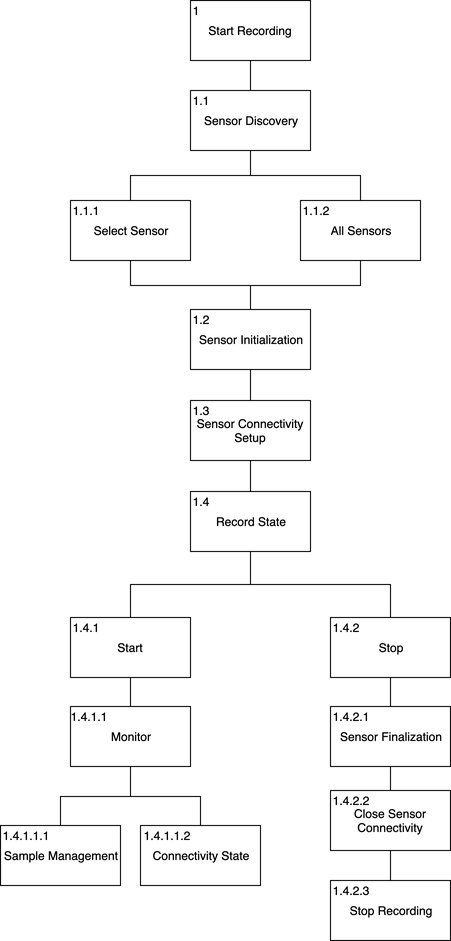
Perelan/Master keeps this draw.io diagram as Thesis/images/Recording.png. Above is the earlier version. Source tidied: cells renumbered, new cells last; positions are measured from the earlier drawing's top-left corner, leaving out a move shared by most shapes. The source it was exported from:
```xml
<mxGraphModel background="#ffffff">
  <root>
    <mxCell id="0" style="html=1;" />
    <mxCell id="1" style="html=1;" parent="0" />
    <mxCell id="2" value="Start Recording" style="rounded=0;whiteSpace=wrap;html=1;" parent="1" vertex="1">
      <mxGeometry x="190" width="120" height="60" as="geometry" />
    </mxCell>
    <mxCell id="3" style="edgeStyle=orthogonalEdgeStyle;rounded=0;jettySize=auto;html=1;exitX=0.5;exitY=0;exitDx=0;exitDy=0;entryX=0.5;entryY=1;entryDx=0;entryDy=0;startArrow=none;startFill=0;endArrow=none;endFill=0;" parent="1" edge="1" source="4" target="2">
      <mxGeometry relative="1" as="geometry" />
    </mxCell>
    <mxCell id="4" value="Sensor Discovery" style="rounded=0;whiteSpace=wrap;html=1;" parent="1" vertex="1">
      <mxGeometry x="190" y="90" width="120" height="60" as="geometry" />
    </mxCell>
    <mxCell id="5" style="edgeStyle=orthogonalEdgeStyle;rounded=0;jettySize=auto;html=1;exitX=0.5;exitY=0;exitDx=0;exitDy=0;entryX=0.5;entryY=1;entryDx=0;entryDy=0;startArrow=none;startFill=0;endArrow=none;endFill=0;" parent="1" edge="1" source="7" target="4">
      <mxGeometry relative="1" as="geometry" />
    </mxCell>
    <mxCell id="6" style="edgeStyle=orthogonalEdgeStyle;rounded=0;jettySize=auto;html=1;exitX=0.5;exitY=1;exitDx=0;exitDy=0;startArrow=none;startFill=0;endArrow=none;endFill=0;" parent="1" edge="1" source="7" target="12">
      <mxGeometry relative="1" as="geometry" />
    </mxCell>
    <mxCell id="7" value="Select Sensor" style="rounded=0;whiteSpace=wrap;html=1;" parent="1" vertex="1">
      <mxGeometry x="70" y="200" width="120" height="60" as="geometry" />
    </mxCell>
    <mxCell id="8" style="edgeStyle=orthogonalEdgeStyle;rounded=0;jettySize=auto;html=1;exitX=0.5;exitY=0;exitDx=0;exitDy=0;startArrow=none;startFill=0;endArrow=none;endFill=0;" parent="1" edge="1" source="10">
      <mxGeometry relative="1" as="geometry">
        <mxPoint x="250" y="150" as="targetPoint" />
      </mxGeometry>
    </mxCell>
    <mxCell id="9" style="edgeStyle=orthogonalEdgeStyle;rounded=0;jettySize=auto;html=1;exitX=0.5;exitY=1;exitDx=0;exitDy=0;startArrow=none;startFill=0;endArrow=none;endFill=0;" parent="1" edge="1" source="10">
      <mxGeometry relative="1" as="geometry">
        <mxPoint x="250" y="310" as="targetPoint" />
      </mxGeometry>
    </mxCell>
    <mxCell id="10" value="All Sensors" style="rounded=0;whiteSpace=wrap;html=1;" parent="1" vertex="1">
      <mxGeometry x="300" y="200" width="120" height="60" as="geometry" />
    </mxCell>
    <mxCell id="11" style="edgeStyle=orthogonalEdgeStyle;rounded=0;jettySize=auto;html=1;exitX=0.5;exitY=1;exitDx=0;exitDy=0;entryX=0.5;entryY=0;entryDx=0;entryDy=0;endArrow=none;endFill=0;" parent="1" edge="1" source="12" target="43">
      <mxGeometry relative="1" as="geometry" />
    </mxCell>
    <mxCell id="12" value="Sensor Initialization" style="rounded=0;whiteSpace=wrap;html=1;" parent="1" vertex="1">
      <mxGeometry x="190" y="309" width="120" height="60" as="geometry" />
    </mxCell>
    <mxCell id="13" style="edgeStyle=orthogonalEdgeStyle;rounded=0;jettySize=auto;html=1;exitX=0.5;exitY=1;exitDx=0;exitDy=0;entryX=0.5;entryY=0;entryDx=0;entryDy=0;startArrow=none;startFill=0;endArrow=none;endFill=0;" parent="1" edge="1" source="14" target="16">
      <mxGeometry relative="1" as="geometry" />
    </mxCell>
    <mxCell id="14" value="Record State" style="rounded=0;whiteSpace=wrap;html=1;" parent="1" vertex="1">
      <mxGeometry x="190" y="491" width="120" height="60" as="geometry" />
    </mxCell>
    <mxCell id="15" style="edgeStyle=orthogonalEdgeStyle;rounded=0;jettySize=auto;html=1;exitX=0.5;exitY=1;exitDx=0;exitDy=0;startArrow=none;startFill=0;endArrow=none;endFill=0;" parent="1" edge="1" source="16" target="20">
      <mxGeometry relative="1" as="geometry" />
    </mxCell>
    <mxCell id="16" value="Start" style="rounded=0;whiteSpace=wrap;html=1;" parent="1" vertex="1">
      <mxGeometry x="70" y="617" width="120" height="60" as="geometry" />
    </mxCell>
    <mxCell id="17" style="edgeStyle=orthogonalEdgeStyle;rounded=0;jettySize=auto;html=1;exitX=0.5;exitY=0;exitDx=0;exitDy=0;entryX=0.5;entryY=1;entryDx=0;entryDy=0;startArrow=none;startFill=0;endArrow=none;endFill=0;" parent="1" edge="1" source="19" target="14">
      <mxGeometry relative="1" as="geometry" />
    </mxCell>
    <mxCell id="18" style="edgeStyle=orthogonalEdgeStyle;rounded=0;jettySize=auto;html=1;exitX=0.5;exitY=1;exitDx=0;exitDy=0;entryX=0.5;entryY=0;entryDx=0;entryDy=0;startArrow=none;startFill=0;endArrow=none;endFill=0;" parent="1" edge="1" source="19" target="26">
      <mxGeometry relative="1" as="geometry" />
    </mxCell>
    <mxCell id="19" value="Stop" style="rounded=0;whiteSpace=wrap;html=1;" parent="1" vertex="1">
      <mxGeometry x="330" y="617" width="120" height="60" as="geometry" />
    </mxCell>
    <mxCell id="20" value="Monitor" style="rounded=0;whiteSpace=wrap;html=1;" parent="1" vertex="1">
      <mxGeometry x="70" y="706" width="120" height="60" as="geometry" />
    </mxCell>
    <mxCell id="21" style="edgeStyle=orthogonalEdgeStyle;rounded=0;jettySize=auto;html=1;exitX=0.5;exitY=0;exitDx=0;exitDy=0;entryX=0.5;entryY=1;entryDx=0;entryDy=0;startArrow=none;startFill=0;endArrow=none;endFill=0;" parent="1" edge="1" source="22" target="20">
      <mxGeometry relative="1" as="geometry" />
    </mxCell>
    <mxCell id="22" value="Sample Management" style="rounded=0;whiteSpace=wrap;html=1;" parent="1" vertex="1">
      <mxGeometry y="825" width="120" height="60" as="geometry" />
    </mxCell>
    <mxCell id="23" style="edgeStyle=orthogonalEdgeStyle;rounded=0;jettySize=auto;html=1;exitX=0.5;exitY=0;exitDx=0;exitDy=0;entryX=0.5;entryY=1;entryDx=0;entryDy=0;startArrow=none;startFill=0;endArrow=none;endFill=0;" parent="1" edge="1" source="24" target="20">
      <mxGeometry relative="1" as="geometry" />
    </mxCell>
    <mxCell id="24" value="Connectivity State" style="rounded=0;whiteSpace=wrap;html=1;" parent="1" vertex="1">
      <mxGeometry x="140" y="825" width="120" height="60" as="geometry" />
    </mxCell>
    <mxCell id="25" style="edgeStyle=orthogonalEdgeStyle;rounded=0;jettySize=auto;html=1;exitX=0.5;exitY=1;exitDx=0;exitDy=0;entryX=0.5;entryY=0;entryDx=0;entryDy=0;startArrow=none;startFill=0;endArrow=none;endFill=0;" parent="1" edge="1" source="26" target="28">
      <mxGeometry relative="1" as="geometry" />
    </mxCell>
    <mxCell id="26" value="Sensor Finalization" style="rounded=0;whiteSpace=wrap;html=1;" parent="1" vertex="1">
      <mxGeometry x="330" y="706" width="120" height="60" as="geometry" />
    </mxCell>
    <mxCell id="27" style="edgeStyle=orthogonalEdgeStyle;rounded=0;jettySize=auto;html=1;exitX=0.5;exitY=1;exitDx=0;exitDy=0;entryX=0.5;entryY=0;entryDx=0;entryDy=0;endArrow=none;endFill=0;" parent="1" edge="1" source="28" target="45">
      <mxGeometry relative="1" as="geometry" />
    </mxCell>
    <mxCell id="28" value="Close Sensor Connectivity" style="rounded=0;whiteSpace=wrap;html=1;" parent="1" vertex="1">
      <mxGeometry x="330" y="790" width="120" height="60" as="geometry" />
    </mxCell>
    <mxCell id="29" value="1" style="text;html=1;strokeColor=none;fillColor=none;align=center;verticalAlign=middle;whiteSpace=wrap;rounded=0;" parent="1" vertex="1">
      <mxGeometry x="190" width="10" height="20" as="geometry" />
    </mxCell>
    <mxCell id="30" value="1.1" style="text;html=1;strokeColor=none;fillColor=none;align=center;verticalAlign=middle;whiteSpace=wrap;rounded=0;" parent="1" vertex="1">
      <mxGeometry x="190" y="90" width="20" height="20" as="geometry" />
    </mxCell>
    <mxCell id="31" value="1.1.1" style="text;html=1;strokeColor=none;fillColor=none;align=center;verticalAlign=middle;whiteSpace=wrap;rounded=0;" parent="1" vertex="1">
      <mxGeometry x="70" y="200" width="30" height="20" as="geometry" />
    </mxCell>
    <mxCell id="32" value="1.1.2" style="text;html=1;strokeColor=none;fillColor=none;align=center;verticalAlign=middle;whiteSpace=wrap;rounded=0;" parent="1" vertex="1">
      <mxGeometry x="300" y="200" width="30" height="20" as="geometry" />
    </mxCell>
    <mxCell id="33" value="1.2" style="text;html=1;strokeColor=none;fillColor=none;align=center;verticalAlign=middle;whiteSpace=wrap;rounded=0;" parent="1" vertex="1">
      <mxGeometry x="190" y="309" width="20" height="20" as="geometry" />
    </mxCell>
    <mxCell id="34" value="1.4" style="text;html=1;strokeColor=none;fillColor=none;align=center;verticalAlign=middle;whiteSpace=wrap;rounded=0;" parent="1" vertex="1">
      <mxGeometry x="190" y="491" width="20" height="20" as="geometry" />
    </mxCell>
    <mxCell id="35" value="1.4.1" style="text;html=1;strokeColor=none;fillColor=none;align=center;verticalAlign=middle;whiteSpace=wrap;rounded=0;" parent="1" vertex="1">
      <mxGeometry x="70" y="617" width="30" height="20" as="geometry" />
    </mxCell>
    <mxCell id="36" value="1.4.2" style="text;html=1;strokeColor=none;fillColor=none;align=center;verticalAlign=middle;whiteSpace=wrap;rounded=0;" parent="1" vertex="1">
      <mxGeometry x="330" y="617" width="30" height="20" as="geometry" />
    </mxCell>
    <mxCell id="37" value="1.4.2.1" style="text;html=1;strokeColor=none;fillColor=none;align=center;verticalAlign=middle;whiteSpace=wrap;rounded=0;" parent="1" vertex="1">
      <mxGeometry x="330" y="706" width="40" height="20" as="geometry" />
    </mxCell>
    <mxCell id="38" value="1.4.1.1" style="text;html=1;strokeColor=none;fillColor=none;align=center;verticalAlign=middle;whiteSpace=wrap;rounded=0;" parent="1" vertex="1">
      <mxGeometry x="73" y="706" width="30" height="20" as="geometry" />
    </mxCell>
    <mxCell id="39" value="1.4.1.1.1" style="text;html=1;strokeColor=none;fillColor=none;align=center;verticalAlign=middle;whiteSpace=wrap;rounded=0;" parent="1" vertex="1">
      <mxGeometry x="5" y="825" width="40" height="20" as="geometry" />
    </mxCell>
    <mxCell id="40" style="edgeStyle=orthogonalEdgeStyle;rounded=0;orthogonalLoop=1;jettySize=auto;html=1;exitX=0.5;exitY=1;exitDx=0;exitDy=0;startArrow=none;startFill=0;endArrow=none;endFill=0;" parent="1" edge="1" source="39" target="39">
      <mxGeometry relative="1" as="geometry" />
    </mxCell>
    <mxCell id="41" value="1.4.1.1.2" style="text;html=1;strokeColor=none;fillColor=none;align=center;verticalAlign=middle;whiteSpace=wrap;rounded=0;" parent="1" vertex="1">
      <mxGeometry x="146" y="825" width="40" height="20" as="geometry" />
    </mxCell>
    <mxCell id="42" style="edgeStyle=orthogonalEdgeStyle;rounded=0;jettySize=auto;html=1;exitX=0.5;exitY=1;exitDx=0;exitDy=0;endArrow=none;endFill=0;" parent="1" edge="1" source="43" target="14">
      <mxGeometry relative="1" as="geometry" />
    </mxCell>
    <mxCell id="43" value="Sensor Connectivity Setup" style="rounded=0;whiteSpace=wrap;html=1;" parent="1" vertex="1">
      <mxGeometry x="190" y="400" width="120" height="60" as="geometry" />
    </mxCell>
    <mxCell id="44" value="1.3&lt;br&gt;" style="text;html=1;strokeColor=none;fillColor=none;align=center;verticalAlign=middle;whiteSpace=wrap;rounded=0;" parent="1" vertex="1">
      <mxGeometry x="190" y="400" width="20" height="20" as="geometry" />
    </mxCell>
    <mxCell id="45" value="Stop Recording" style="rounded=0;whiteSpace=wrap;html=1;" parent="1" vertex="1">
      <mxGeometry x="330" y="880" width="120" height="60" as="geometry" />
    </mxCell>
    <mxCell id="46" value="1.4.2.2" style="text;html=1;strokeColor=none;fillColor=none;align=center;verticalAlign=middle;whiteSpace=wrap;rounded=0;" parent="1" vertex="1">
      <mxGeometry x="330" y="790" width="40" height="20" as="geometry" />
    </mxCell>
    <mxCell id="47" value="1.4.2.3" style="text;html=1;strokeColor=none;fillColor=none;align=center;verticalAlign=middle;whiteSpace=wrap;rounded=0;" parent="1" vertex="1">
      <mxGeometry x="330" y="880" width="40" height="20" as="geometry" />
    </mxCell>
  </root>
</mxGraphModel>
```
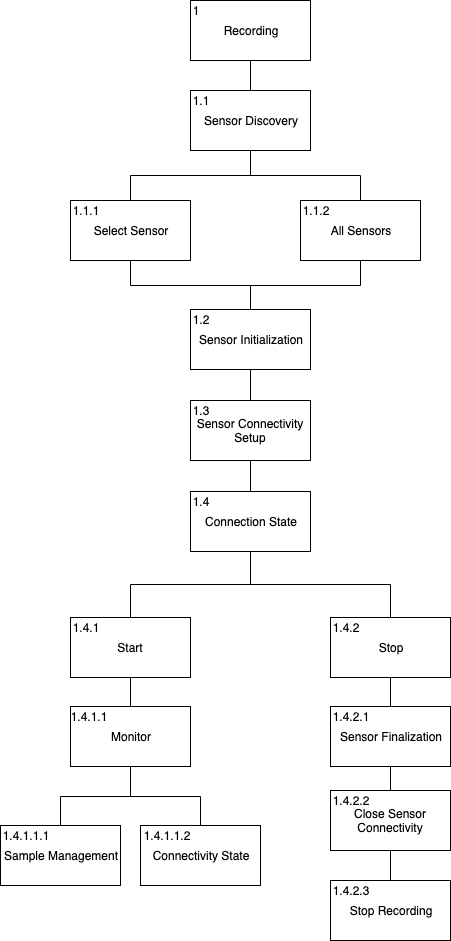
The same file after the commit.

The edit, as a diff of the source:
```diff
@@ -2,7 +2,7 @@
   <root>
     <mxCell id="0" style="html=1;" />
     <mxCell id="1" style="html=1;" parent="0" />
-    <mxCell id="2" value="Start Recording" style="rounded=0;whiteSpace=wrap;html=1;" parent="1" vertex="1">
+    <mxCell id="2" value="Recording" style="rounded=0;whiteSpace=wrap;html=1;" parent="1" vertex="1">
       <mxGeometry x="190" width="120" height="60" as="geometry" />
     </mxCell>
     <mxCell id="3" style="edgeStyle=orthogonalEdgeStyle;rounded=0;jettySize=auto;html=1;exitX=0.5;exitY=0;exitDx=0;exitDy=0;entryX=0.5;entryY=1;entryDx=0;entryDy=0;startArrow=none;startFill=0;endArrow=none;endFill=0;" parent="1" edge="1" source="4" target="2">
@@ -42,7 +42,7 @@
     <mxCell id="13" style="edgeStyle=orthogonalEdgeStyle;rounded=0;jettySize=auto;html=1;exitX=0.5;exitY=1;exitDx=0;exitDy=0;entryX=0.5;entryY=0;entryDx=0;entryDy=0;startArrow=none;startFill=0;endArrow=none;endFill=0;" parent="1" edge="1" source="14" target="16">
       <mxGeometry relative="1" as="geometry" />
     </mxCell>
-    <mxCell id="14" value="Record State" style="rounded=0;whiteSpace=wrap;html=1;" parent="1" vertex="1">
+    <mxCell id="14" value="Connection State" style="rounded=0;whiteSpace=wrap;html=1;" parent="1" vertex="1">
       <mxGeometry x="190" y="491" width="120" height="60" as="geometry" />
     </mxCell>
     <mxCell id="15" style="edgeStyle=orthogonalEdgeStyle;rounded=0;jettySize=auto;html=1;exitX=0.5;exitY=1;exitDx=0;exitDy=0;startArrow=none;startFill=0;endArrow=none;endFill=0;" parent="1" edge="1" source="16" target="20">
```
